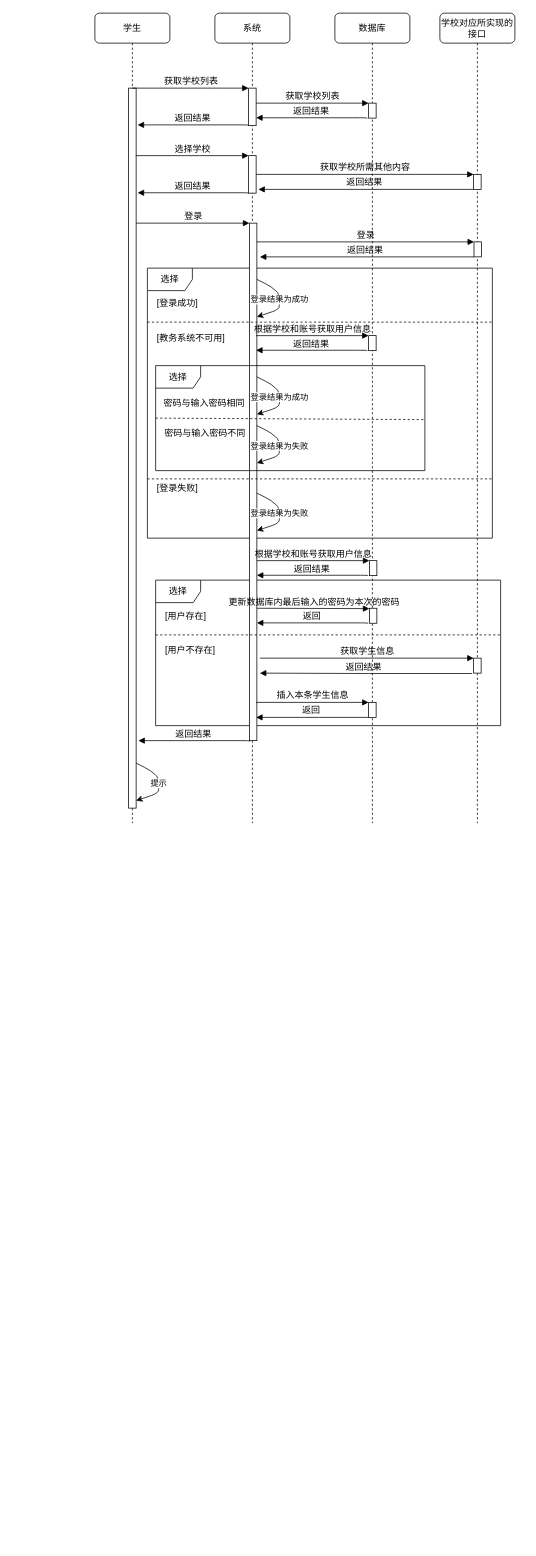
The draw.io diagram public/泳道图.drawio in CodeMonkeyJeffGT/youBack, before the edit. Source tidied: cells renumbered, new cells numbered last; positions are measured from the earlier drawing's top-left corner, leaving out a move shared by most shapes. Both pictures are drawn from the tidied source at 75%, with x=0, y=0 at pixel (94, 13).
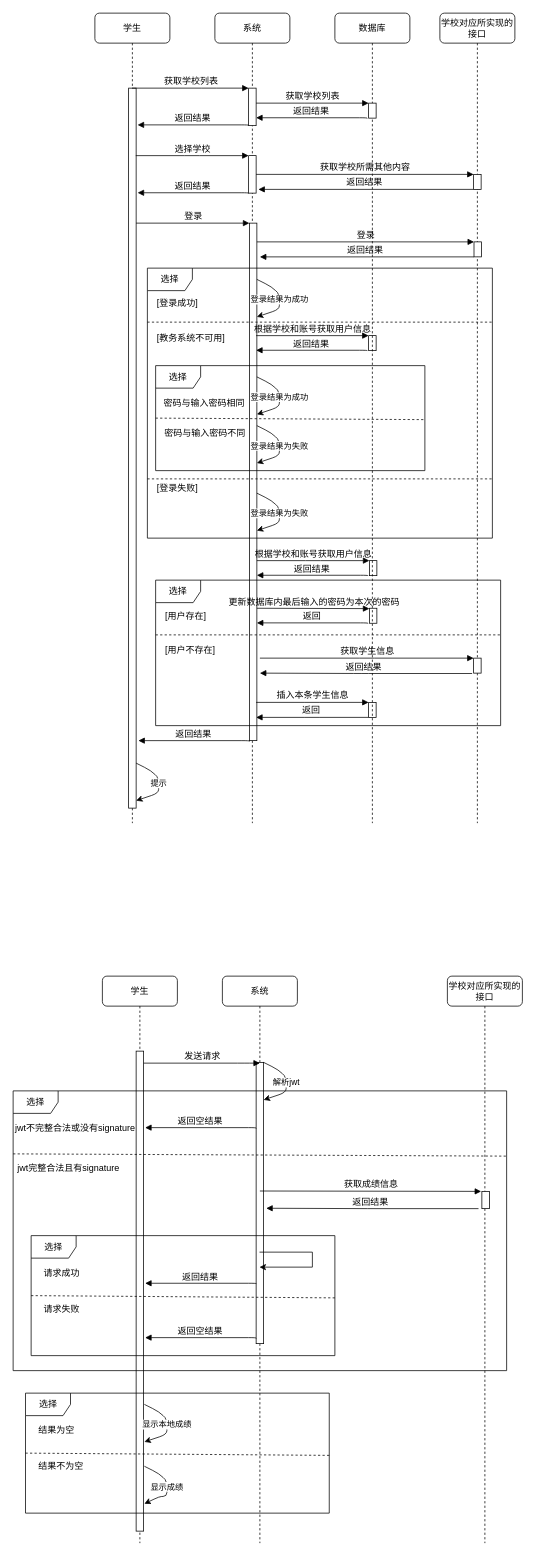
The same page after the edit.

Commit message (it also covers changes not shown here):
更新泳道图.drawio

What changed in the source:
```diff
@@
-    <mxCell id="2" value="选择" style="shape=umlFrame;whiteSpace=wrap;html=1;fillColor=none;" parent="1" vertex="1">
-      <mxGeometry x="70" y="340" width="460" height="360" as="geometry" />
-    </mxCell>
-    <mxCell id="3" value="选择" style="shape=umlFrame;whiteSpace=wrap;html=1;fillColor=none;" parent="1" vertex="1">
-      <mxGeometry x="81" y="756" width="460" height="194" as="geometry" />
-    </mxCell>
@@
-    <mxCell id="7" value="数据库" style="shape=umlLifeline;perimeter=lifelinePerimeter;whiteSpace=wrap;html=1;rounded=1;shadow=0;comic=0;labelBackgroundColor=none;strokeColor=#000000;strokeWidth=1;fillColor=#FFFFFF;fontFamily=Verdana;fontSize=12;fontColor=#000000;align=center;" parent="1" vertex="1">
-      <mxGeometry x="320" width="100" height="1080" as="geometry" />
-    </mxCell>
-    <mxCell id="8" style="html=1;points=[];perimeter=orthogonalPerimeter;rounded=0;shadow=0;comic=0;labelBackgroundColor=none;strokeColor=#000000;strokeWidth=1;fillColor=#FFFFFF;fontFamily=Verdana;fontSize=12;fontColor=#000000;align=center;" parent="7" vertex="1">
-      <mxGeometry x="45" y="120" width="10" height="20" as="geometry" />
-    </mxCell>
@@
+    <mxCell id="59" value="系统" style="shape=umlLifeline;perimeter=lifelinePerimeter;whiteSpace=wrap;html=1;outlineConnect=0;rounded=1;shadow=0;comic=0;labelBackgroundColor=none;strokeColor=#000000;strokeWidth=1;fillColor=#FFFFFF;fontFamily=Verdana;fontSize=12;fontColor=#000000;align=center;" parent="1" vertex="1">
+      <mxGeometry x="170" y="1284" width="100" height="756" as="geometry" />
+    </mxCell>
+    <mxCell id="60" style="html=1;perimeter=orthogonalPerimeter;rounded=0;shadow=0;comic=0;labelBackgroundColor=none;strokeColor=#000000;strokeWidth=1;fillColor=#FFFFFF;fontFamily=Verdana;fontSize=12;fontColor=#000000;align=center;" parent="59" vertex="1">
+      <mxGeometry x="45" y="115" width="10" height="375" as="geometry" />
+    </mxCell>
+    <mxCell id="61" value="学校对应所实现的接口" style="shape=umlLifeline;perimeter=lifelinePerimeter;whiteSpace=wrap;html=1;rounded=1;shadow=0;comic=0;labelBackgroundColor=none;strokeColor=#000000;strokeWidth=1;fillColor=#FFFFFF;fontFamily=Verdana;fontSize=12;fontColor=#000000;align=center;" parent="1" vertex="1">
+      <mxGeometry x="470" y="1284" width="100" height="756" as="geometry" />
+    </mxCell>
+    <mxCell id="62" style="html=1;perimeter=orthogonalPerimeter;rounded=0;shadow=0;comic=0;labelBackgroundColor=none;strokeColor=#000000;strokeWidth=1;fillColor=#FFFFFF;fontFamily=Verdana;fontSize=12;fontColor=#000000;align=center;" parent="61" vertex="1">
+      <mxGeometry x="46" y="287" width="10" height="23" as="geometry" />
+    </mxCell>
+    <mxCell id="63" value="学生" style="shape=umlLifeline;perimeter=lifelinePerimeter;whiteSpace=wrap;html=1;rounded=1;shadow=0;comic=0;labelBackgroundColor=none;strokeColor=#000000;strokeWidth=1;fillColor=#FFFFFF;fontFamily=Verdana;fontSize=12;fontColor=#000000;align=center;" parent="1" vertex="1">
+      <mxGeometry x="10" y="1284" width="100" height="756" as="geometry" />
+    </mxCell>
+    <mxCell id="64" style="html=1;points=[];perimeter=orthogonalPerimeter;rounded=0;shadow=0;comic=0;labelBackgroundColor=none;strokeColor=#000000;strokeWidth=1;fillColor=#FFFFFF;fontFamily=Verdana;fontSize=12;fontColor=#000000;align=center;" parent="63" vertex="1">
+      <mxGeometry x="45" y="100" width="10" height="640" as="geometry" />
+    </mxCell>
+    <mxCell id="65" value="发送请求" style="html=1;verticalAlign=bottom;endArrow=block;labelBackgroundColor=none;fontFamily=Verdana;fontSize=12;edgeStyle=elbowEdgeStyle;elbow=vertical;" parent="1" edge="1" source="64">
+      <mxGeometry relative="1" as="geometry">
+        <mxPoint x="220" y="1400" as="targetPoint" />
+        <Array as="points">
+          <mxPoint x="200" y="1400" />
+          <mxPoint x="150" y="1390" />
+        </Array>
+      </mxGeometry>
+    </mxCell>
+    <mxCell id="66" value="jwt不完整合法或没有signature" style="text;html=1;align=left;verticalAlign=top;spacingTop=-4;" parent="1" vertex="1">
+      <mxGeometry x="-108" y="1476.5" width="180" height="20" as="geometry" />
+    </mxCell>
+    <mxCell id="67" value="解析jwt&lt;br&gt;" style="endArrow=classic;html=1;" parent="1" edge="1">
+      <mxGeometry relative="1" as="geometry">
+        <mxPoint x="225" y="1399" as="sourcePoint" />
+        <mxPoint x="225" y="1449" as="targetPoint" />
+        <Array as="points">
+          <mxPoint x="245" y="1409" />
+          <mxPoint x="255" y="1419" />
+          <mxPoint x="255" y="1439" />
+        </Array>
+      </mxGeometry>
+    </mxCell>
+    <mxCell id="68" value="返回空结果" style="html=1;verticalAlign=bottom;endArrow=block;labelBackgroundColor=none;fontFamily=Verdana;fontSize=12;edgeStyle=elbowEdgeStyle;elbow=vertical;exitX=-0.1;exitY=0.09;exitDx=0;exitDy=0;exitPerimeter=0;entryX=1.2;entryY=0.111;entryDx=0;entryDy=0;entryPerimeter=0;" parent="1" edge="1">
+      <mxGeometry x="0.02" relative="1" as="geometry">
+        <mxPoint x="215" y="1487" as="sourcePoint" />
+        <mxPoint x="67" y="1486" as="targetPoint" />
+        <Array as="points">
+          <mxPoint x="67" y="1486" />
+        </Array>
+      </mxGeometry>
+    </mxCell>
+    <mxCell id="69" style="endArrow=none;dashed=1;html=1;entryX=0.998;entryY=0.169;entryDx=0;entryDy=0;entryPerimeter=0;" parent="1" edge="1">
+      <mxGeometry relative="1" as="geometry">
+        <mxPoint x="-109" y="1521" as="sourcePoint" />
+        <mxPoint x="548" y="1524" as="targetPoint" />
+      </mxGeometry>
+    </mxCell>
+    <mxCell id="70" value="jwt完整合法且有signature" style="text;html=1;align=left;verticalAlign=top;spacingTop=-4;" parent="1" vertex="1">
+      <mxGeometry x="-105" y="1530" width="150" height="20" as="geometry" />
+    </mxCell>
+    <mxCell id="71" value="&lt;span&gt;获取成绩信息&lt;/span&gt;" style="html=1;verticalAlign=bottom;endArrow=block;labelBackgroundColor=none;fontFamily=Verdana;fontSize=12;edgeStyle=elbowEdgeStyle;elbow=vertical;" parent="1" edge="1">
+      <mxGeometry relative="1" as="geometry">
+        <mxPoint x="220" y="1570.5" as="sourcePoint" />
+        <mxPoint x="515" y="1571" as="targetPoint" />
+      </mxGeometry>
+    </mxCell>
+    <mxCell id="72" value="返回结果" style="html=1;verticalAlign=bottom;endArrow=block;labelBackgroundColor=none;fontFamily=Verdana;fontSize=12;edgeStyle=elbowEdgeStyle;elbow=horizontal;exitX=-0.1;exitY=0.09;exitDx=0;exitDy=0;exitPerimeter=0;" parent="1" edge="1">
+      <mxGeometry x="0.02" relative="1" as="geometry">
+        <mxPoint x="511.5" y="1594" as="sourcePoint" />
+        <mxPoint x="228.5" y="1593.5" as="targetPoint" />
+        <Array as="points">
+          <mxPoint x="363.5" y="1593" />
+        </Array>
+      </mxGeometry>
+    </mxCell>
+    <mxCell id="73" value="选择" style="shape=umlFrame;whiteSpace=wrap;html=1;fillColor=none;" parent="1" vertex="1">
+      <mxGeometry x="-85" y="1630" width="405" height="160" as="geometry" />
+    </mxCell>
+    <mxCell id="74" value="请求成功" style="text;html=1;align=left;verticalAlign=top;spacingTop=-4;" parent="1" vertex="1">
+      <mxGeometry x="-70" y="1670" width="60" height="20" as="geometry" />
+    </mxCell>
+    <mxCell id="75" style="endArrow=none;dashed=1;html=1;" parent="1" edge="1">
+      <mxGeometry relative="1" as="geometry">
+        <mxPoint x="-85" y="1710" as="sourcePoint" />
+        <mxPoint x="320" y="1713" as="targetPoint" />
+      </mxGeometry>
+    </mxCell>
+    <mxCell id="76" value="请求失败" style="text;html=1;align=left;verticalAlign=top;spacingTop=-4;" parent="1" vertex="1">
+      <mxGeometry x="-70" y="1717.5" width="60" height="20" as="geometry" />
+    </mxCell>
+    <mxCell id="77" value="返回空结果" style="html=1;verticalAlign=bottom;endArrow=block;labelBackgroundColor=none;fontFamily=Verdana;fontSize=12;edgeStyle=elbowEdgeStyle;elbow=vertical;exitX=-0.1;exitY=0.09;exitDx=0;exitDy=0;exitPerimeter=0;entryX=1.2;entryY=0.111;entryDx=0;entryDy=0;entryPerimeter=0;" parent="1" edge="1">
+      <mxGeometry x="0.02" relative="1" as="geometry">
+        <mxPoint x="215" y="1767" as="sourcePoint" />
+        <mxPoint x="67" y="1766" as="targetPoint" />
+        <Array as="points">
+          <mxPoint x="67" y="1766" />
+        </Array>
+      </mxGeometry>
+    </mxCell>
+    <mxCell id="78" value="返回结果" style="html=1;verticalAlign=bottom;endArrow=block;labelBackgroundColor=none;fontFamily=Verdana;fontSize=12;edgeStyle=elbowEdgeStyle;elbow=vertical;exitX=-0.1;exitY=0.09;exitDx=0;exitDy=0;exitPerimeter=0;entryX=1.2;entryY=0.111;entryDx=0;entryDy=0;entryPerimeter=0;" parent="1" edge="1">
+      <mxGeometry x="0.02" relative="1" as="geometry">
+        <mxPoint x="215" y="1694.5" as="sourcePoint" />
+        <mxPoint x="67" y="1693.5" as="targetPoint" />
+        <Array as="points">
+          <mxPoint x="67" y="1693.5" />
+        </Array>
+      </mxGeometry>
+    </mxCell>
+    <mxCell id="79" value="选择&lt;br&gt;" style="shape=umlFrame;whiteSpace=wrap;html=1;fillColor=none;" parent="1" vertex="1">
+      <mxGeometry x="-109" y="1437" width="658" height="373" as="geometry" />
+    </mxCell>
+    <mxCell id="7" value="数据库" style="shape=umlLifeline;perimeter=lifelinePerimeter;whiteSpace=wrap;html=1;rounded=1;shadow=0;comic=0;labelBackgroundColor=none;strokeColor=#000000;strokeWidth=1;fillColor=#FFFFFF;fontFamily=Verdana;fontSize=12;fontColor=#000000;align=center;" parent="1" vertex="1">
+      <mxGeometry x="320" width="100" height="1080" as="geometry" />
+    </mxCell>
+    <mxCell id="8" style="html=1;points=[];perimeter=orthogonalPerimeter;rounded=0;shadow=0;comic=0;labelBackgroundColor=none;strokeColor=#000000;strokeWidth=1;fillColor=#FFFFFF;fontFamily=Verdana;fontSize=12;fontColor=#000000;align=center;" parent="7" vertex="1">
+      <mxGeometry x="45" y="120" width="10" height="20" as="geometry" />
+    </mxCell>
+    <mxCell id="2" value="选择" style="shape=umlFrame;whiteSpace=wrap;html=1;fillColor=none;" parent="1" vertex="1">
+      <mxGeometry x="70" y="340" width="460" height="360" as="geometry" />
+    </mxCell>
+    <mxCell id="3" value="选择" style="shape=umlFrame;whiteSpace=wrap;html=1;fillColor=none;" parent="1" vertex="1">
+      <mxGeometry x="81" y="756" width="460" height="194" as="geometry" />
+    </mxCell>
+    <mxCell id="80" value="选择" style="shape=umlFrame;whiteSpace=wrap;html=1;fillColor=none;" parent="1" vertex="1">
+      <mxGeometry x="-92.5" y="1840" width="405" height="160" as="geometry" />
+    </mxCell>
+    <mxCell id="81" value="结果为空" style="text;html=1;align=left;verticalAlign=top;spacingTop=-4;" parent="1" vertex="1">
+      <mxGeometry x="-77.5" y="1880" width="60" height="20" as="geometry" />
+    </mxCell>
+    <mxCell id="82" style="endArrow=none;dashed=1;html=1;" parent="1" edge="1">
+      <mxGeometry relative="1" as="geometry">
+        <mxPoint x="-92.5" y="1920" as="sourcePoint" />
+        <mxPoint x="312.5" y="1923" as="targetPoint" />
+      </mxGeometry>
+    </mxCell>
+    <mxCell id="83" value="结果不为空" style="text;html=1;align=left;verticalAlign=top;spacingTop=-4;" parent="1" vertex="1">
+      <mxGeometry x="-77.5" y="1927.5" width="80" height="20" as="geometry" />
+    </mxCell>
+    <mxCell id="84" value="显示本地成绩" style="endArrow=classic;html=1;" parent="1" edge="1">
+      <mxGeometry relative="1" as="geometry">
+        <mxPoint x="66" y="1855" as="sourcePoint" />
+        <mxPoint x="66" y="1905" as="targetPoint" />
+        <Array as="points">
+          <mxPoint x="86" y="1865" />
+          <mxPoint x="96" y="1875" />
+          <mxPoint x="96" y="1895" />
+        </Array>
+      </mxGeometry>
+    </mxCell>
+    <mxCell id="85" value="显示成绩" style="endArrow=classic;html=1;" parent="1" edge="1">
+      <mxGeometry relative="1" as="geometry">
+        <mxPoint x="66" y="1937.5" as="sourcePoint" />
+        <mxPoint x="66" y="1987.5" as="targetPoint" />
+        <Array as="points">
+          <mxPoint x="86" y="1947.5" />
+          <mxPoint x="96" y="1957.5" />
+          <mxPoint x="96" y="1977.5" />
+          <mxPoint x="86" y="1978" />
+        </Array>
+      </mxGeometry>
+    </mxCell>
+    <mxCell id="86" style="edgeStyle=orthogonalEdgeStyle;rounded=0;orthogonalLoop=1;jettySize=auto;html=1;" parent="1" edge="1" source="59" target="59">
+      <mxGeometry relative="1" as="geometry" />
+    </mxCell>
```
